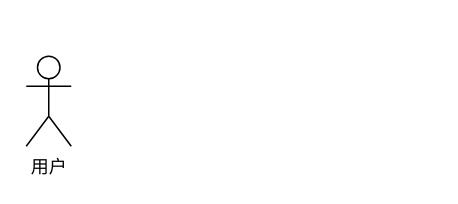
This is 对码/电子发票信息抽取标准化流程.drawio from XiaoLiuAI/diagrams, a draw.io file, before an edit. Source tidied: cells renumbered, new cells numbered last; positions are measured from the earlier drawing's top-left corner, leaving out a move shared by most shapes. Both pictures are drawn from the tidied source at 150%, with x=0, y=0 at pixel (26, 56).
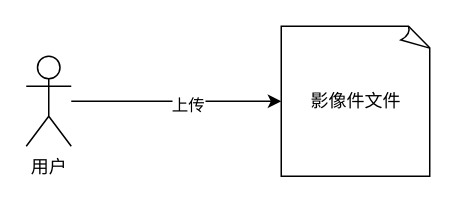
After the change.

Commit message (it also covers changes not shown here):
Update 电子发票信息抽取标准化流程.drawio

Change to the diagram source:
```diff
@@
 <mxGraphModel>
   <root>
     <mxCell id="0" />
     <mxCell id="1" parent="0" />
+    <mxCell id="3" style="edgeStyle=orthogonalEdgeStyle;rounded=0;jettySize=auto;html=1;" parent="1" edge="1" source="2" target="5">
+      <mxGeometry relative="1" as="geometry" />
+    </mxCell>
+    <mxCell id="4" value="上传" style="edgeLabel;html=1;align=center;verticalAlign=middle;" parent="3" vertex="1">
+      <mxGeometry x="0.1" y="-2" relative="1" as="geometry" />
+    </mxCell>
     <mxCell id="2" value="用户" style="shape=umlActor;verticalLabelPosition=bottom;verticalAlign=top;html=1;outlineConnect=0;" parent="1" vertex="1">
       <mxGeometry width="30" height="60" as="geometry" />
     </mxCell>
+    <mxCell id="5" value="影像件文件" style="whiteSpace=wrap;html=1;shape=mxgraph.basic.document;" parent="1" vertex="1">
+      <mxGeometry x="170" y="-20" width="100" height="100" as="geometry" />
+    </mxCell>
   </root>
 </mxGraphModel>
```
